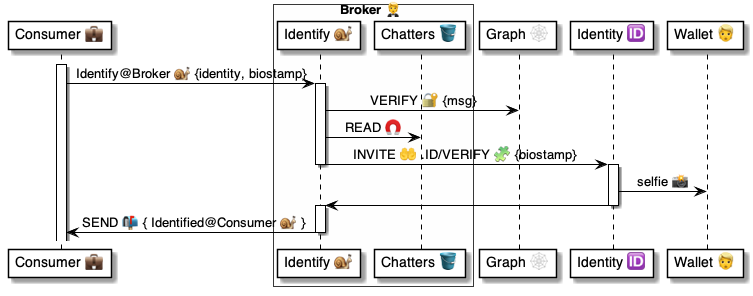
Earlier version of the PlantUML export 4 ⚙️ Solution/20 🧑‍🦰 UI/Brokers 🤵/🤵📨 Broker msgs/Share 💼 Identify 💼🐌🤵/🤵 Identify ⚙️ uml.png (pollyweb-org/pollyweb-docs). Its source is kept beside it as 4 ⚙️ Solution/20 🧑‍🦰 UI/Brokers 🤵/🤵📨 Broker msgs/Share 💼 Identify 💼🐌🤵/🤵 Identify ⚙️ uml.puml.
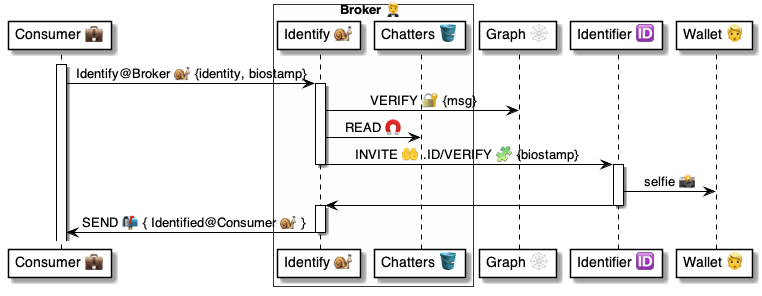
Later version of the same file.

The edit, as a diff of the source:
```diff
@@ -6,7 +6,7 @@
     participant "Chatters 🪣" as chatters
 end box
 participant "Graph 🕸" as graph
-participant "Identity 🆔" as script
+participant "Identifier 🆔" as script
 participant "Wallet 👱" as wallet
 
 
```
